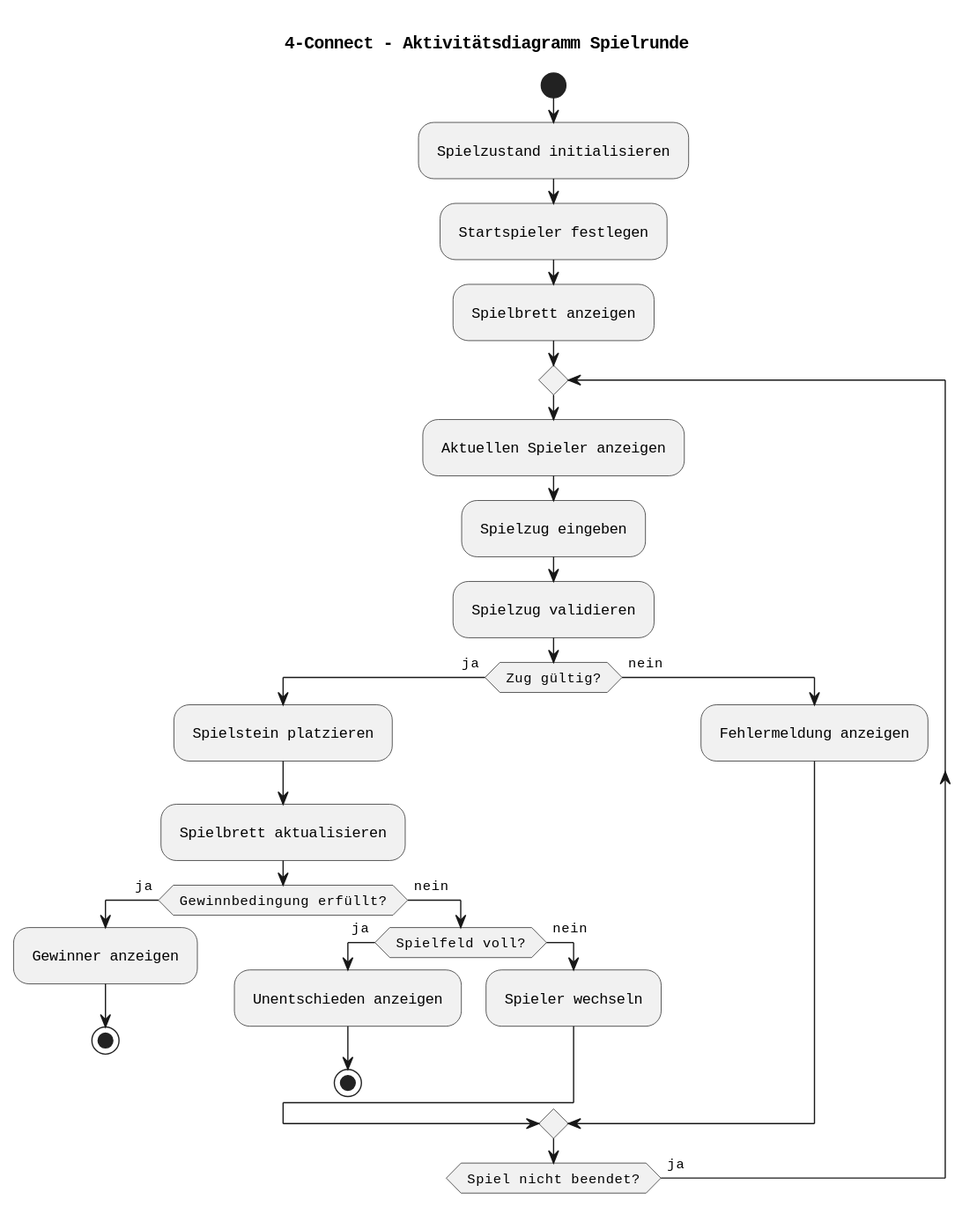
This is final/uml-03-aktivitaetsdiagramm-spielrunde.svg from realLucas01/SEGR11, a PlantUML export, as it was before one commit.
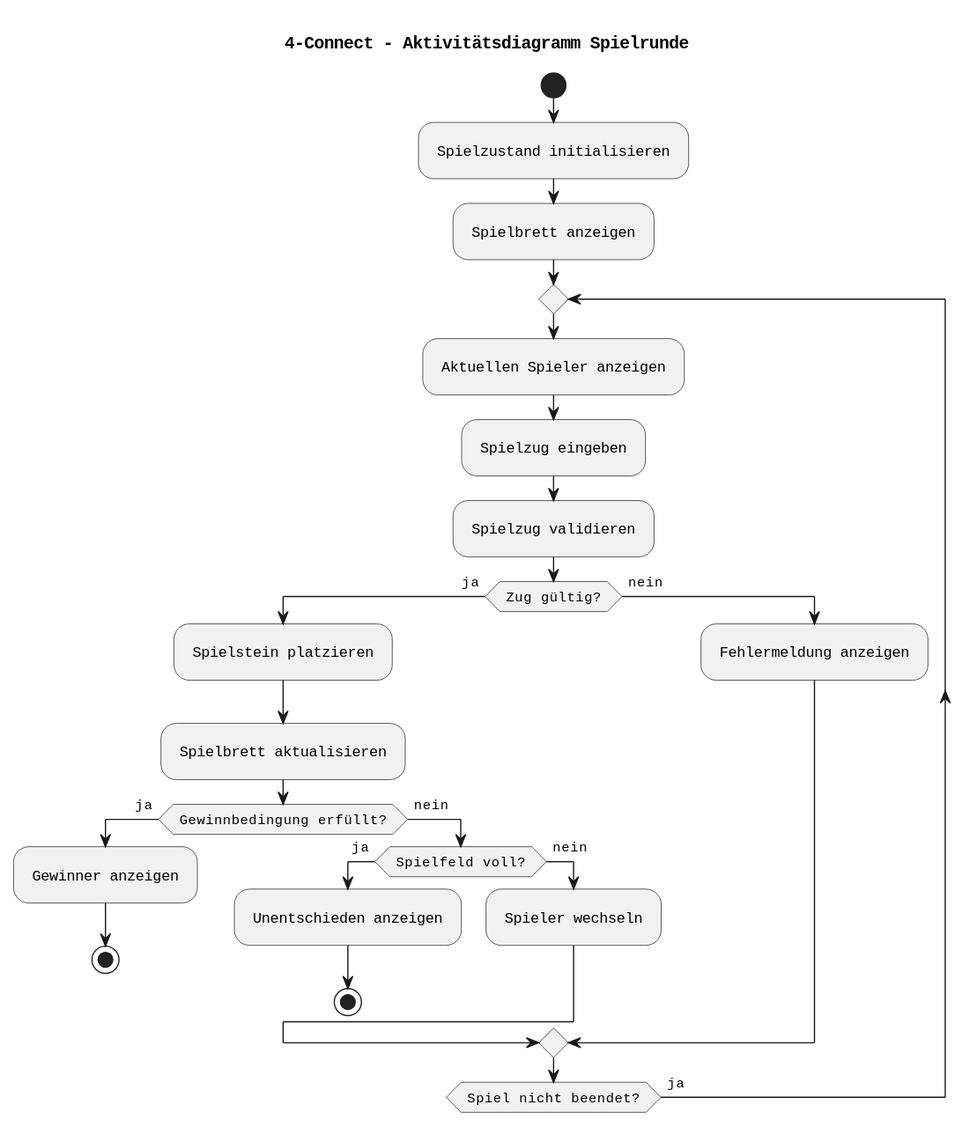
The same diagram one commit later.

Diff of the diagram source:
```diff
@@ -9,7 +9,6 @@
 start
 
 :Spielzustand initialisieren;
-:Startspieler festlegen;
 :Spielbrett anzeigen;
 
 repeat
```
